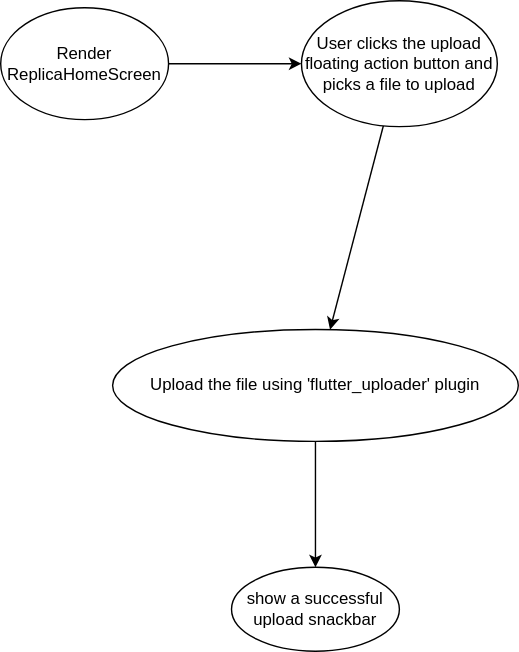
Earlier version of the draw.io export docs/replica_uploading.drawio.svg (getlantern/lantern-client). Source tidied: cells renumbered, new cells last; positions are measured from the earlier drawing's top-left corner, leaving out a move shared by most shapes. Source of this version:
```xml
<mxGraphModel>
  <root>
    <mxCell id="0" />
    <mxCell id="1" parent="0" />
    <mxCell id="2" style="edgeStyle=none;html=1;" parent="1" edge="1" source="3" target="5">
      <mxGeometry relative="1" as="geometry" />
    </mxCell>
    <mxCell id="3" value="Render ReplicaHomeScreen" style="ellipse;whiteSpace=wrap;html=1;" parent="1" vertex="1">
      <mxGeometry y="5" width="120" height="80" as="geometry" />
    </mxCell>
    <mxCell id="4" style="edgeStyle=none;html=1;" parent="1" edge="1" source="5" target="7">
      <mxGeometry relative="1" as="geometry" />
    </mxCell>
    <mxCell id="5" value="User clicks the upload floating action button and picks a file to upload" style="ellipse;whiteSpace=wrap;html=1;" parent="1" vertex="1">
      <mxGeometry x="215" width="140" height="90" as="geometry" />
    </mxCell>
    <mxCell id="6" style="edgeStyle=none;html=1;" parent="1" edge="1" source="7" target="8">
      <mxGeometry relative="1" as="geometry" />
    </mxCell>
    <mxCell id="7" value="Upload the file using 'flutter_uploader' plugin" style="ellipse;whiteSpace=wrap;html=1;" parent="1" vertex="1">
      <mxGeometry x="80" y="235" width="290" height="80" as="geometry" />
    </mxCell>
    <mxCell id="8" value="show a successful upload snackbar" style="ellipse;whiteSpace=wrap;html=1;" parent="1" vertex="1">
      <mxGeometry x="165" y="405" width="120" height="60" as="geometry" />
    </mxCell>
  </root>
</mxGraphModel>
```
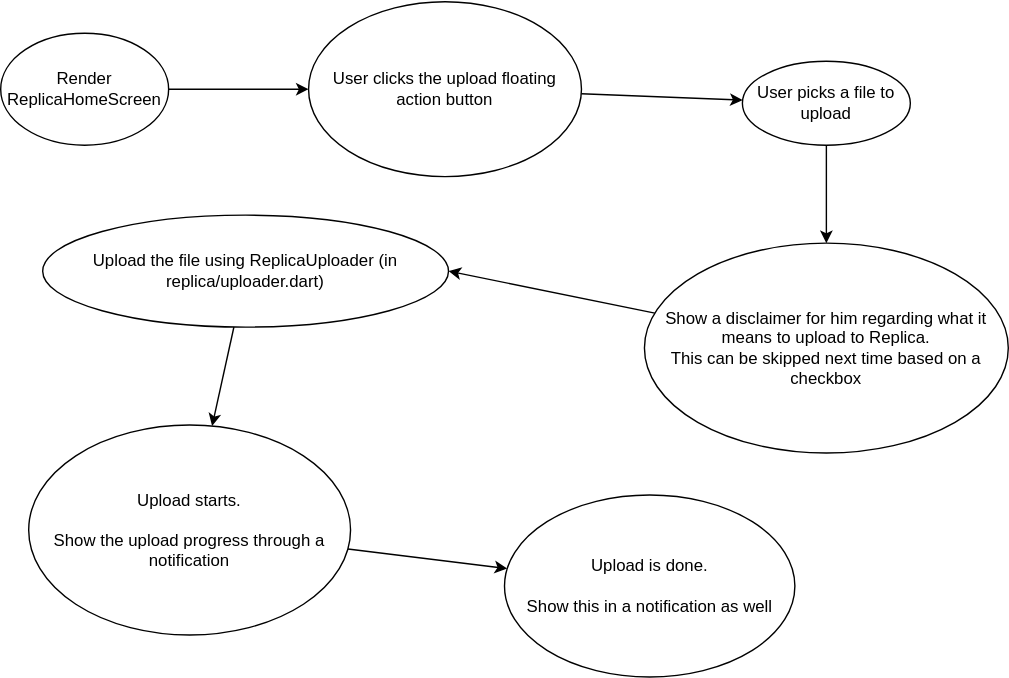
Later version of the same file.

Diff of the diagram source:
```diff
@@ -8,20 +8,38 @@
     <mxCell id="3" value="Render ReplicaHomeScreen" style="ellipse;whiteSpace=wrap;html=1;" parent="1" vertex="1">
       <mxGeometry y="5" width="120" height="80" as="geometry" />
     </mxCell>
-    <mxCell id="4" style="edgeStyle=none;html=1;" parent="1" edge="1" source="5" target="7">
-      <mxGeometry relative="1" as="geometry" />
-    </mxCell>
+    <mxCell id="9" style="edgeStyle=none;html=1;" parent="1" edge="1" source="5" target="12">
+      <mxGeometry relative="1" as="geometry" />
+    </mxCell>
-    <mxCell id="5" value="User clicks the upload floating action button and picks a file to upload" style="ellipse;whiteSpace=wrap;html=1;" parent="1" vertex="1">
-      <mxGeometry x="215" width="140" height="90" as="geometry" />
+    <mxCell id="5" value="User clicks the upload floating action button" style="ellipse;whiteSpace=wrap;html=1;" parent="1" vertex="1">
+      <mxGeometry x="220" y="-17.5" width="195" height="125" as="geometry" />
     </mxCell>
     <mxCell id="6" style="edgeStyle=none;html=1;" parent="1" edge="1" source="7" target="8">
       <mxGeometry relative="1" as="geometry" />
     </mxCell>
-    <mxCell id="7" value="Upload the file using 'flutter_uploader' plugin" style="ellipse;whiteSpace=wrap;html=1;" parent="1" vertex="1">
-      <mxGeometry x="80" y="235" width="290" height="80" as="geometry" />
+    <mxCell id="7" value="Upload the file using ReplicaUploader (in replica/uploader.dart)" style="ellipse;whiteSpace=wrap;html=1;" parent="1" vertex="1">
+      <mxGeometry x="30" y="135" width="290" height="80" as="geometry" />
     </mxCell>
+    <mxCell id="10" style="edgeStyle=none;html=1;" parent="1" edge="1" source="8" target="15">
+      <mxGeometry relative="1" as="geometry" />
+    </mxCell>
-    <mxCell id="8" value="show a successful upload snackbar" style="ellipse;whiteSpace=wrap;html=1;" parent="1" vertex="1">
-      <mxGeometry x="165" y="405" width="120" height="60" as="geometry" />
+    <mxCell id="8" value="Upload starts.&lt;br&gt;&lt;br&gt;Show the upload progress through a notification" style="ellipse;whiteSpace=wrap;html=1;" parent="1" vertex="1">
+      <mxGeometry x="20" y="285" width="230" height="150" as="geometry" />
     </mxCell>
+    <mxCell id="11" style="edgeStyle=none;html=1;" parent="1" edge="1" source="12" target="14">
+      <mxGeometry relative="1" as="geometry" />
+    </mxCell>
+    <mxCell id="12" value="User&amp;nbsp;picks a file to upload" style="ellipse;whiteSpace=wrap;html=1;" parent="1" vertex="1">
+      <mxGeometry x="530" y="25" width="120" height="60" as="geometry" />
+    </mxCell>
+    <mxCell id="13" style="edgeStyle=none;html=1;entryX=1;entryY=0.5;entryDx=0;entryDy=0;" parent="1" edge="1" source="14" target="7">
+      <mxGeometry relative="1" as="geometry" />
+    </mxCell>
+    <mxCell id="14" value="Show a disclaimer for him regarding what it means to upload to Replica.&lt;br&gt;This can be skipped next time based on a checkbox" style="ellipse;whiteSpace=wrap;html=1;" parent="1" vertex="1">
+      <mxGeometry x="460" y="155" width="260" height="150" as="geometry" />
+    </mxCell>
+    <mxCell id="15" value="Upload is done.&lt;br&gt;&lt;br&gt;Show this in a notification as well" style="ellipse;whiteSpace=wrap;html=1;" parent="1" vertex="1">
+      <mxGeometry x="360" y="335" width="207.5" height="130" as="geometry" />
+    </mxCell>
   </root>
 </mxGraphModel>
```
